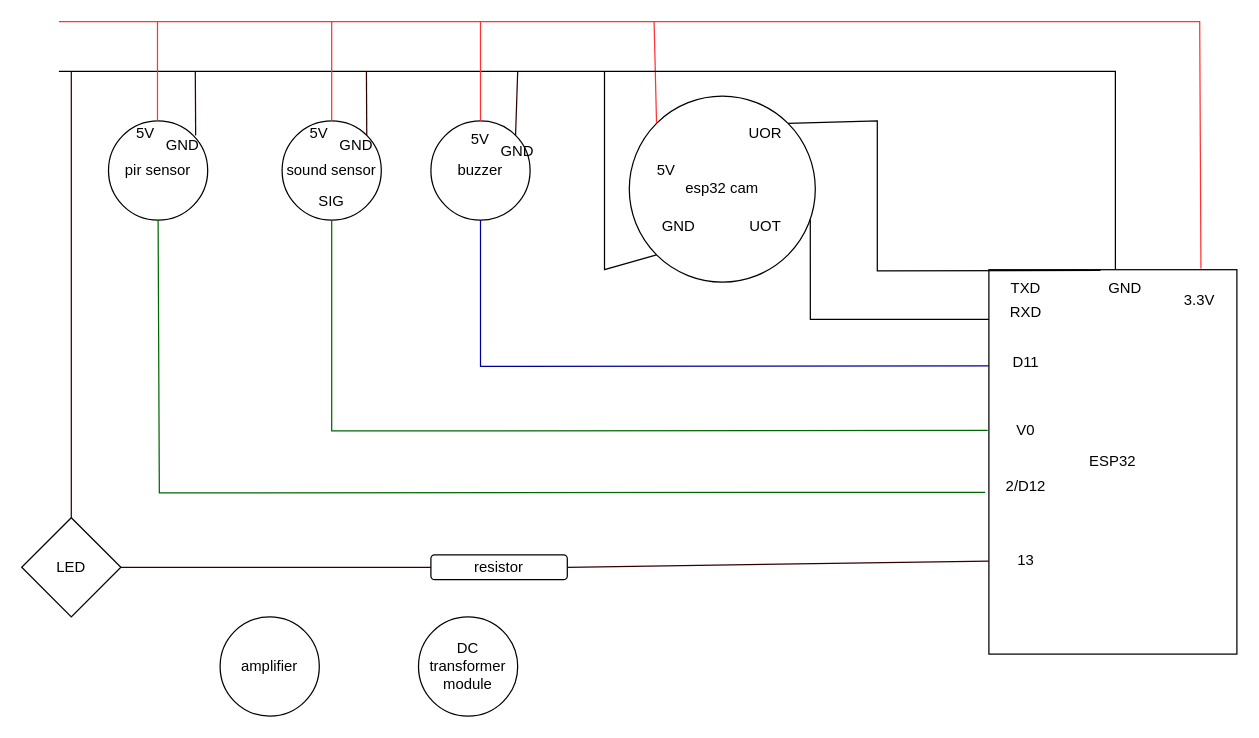
Earlier version of the draw.io diagram 2.CircuitDiagram/layoutDesign.drawio (feix0033/EASV_C21_4thSemester_IoT_SmartyPants_SecurityEquipments). Source tidied: cells renumbered, new cells numbered last; positions are measured from the earlier drawing's top-left corner, leaving out a move shared by most shapes. Both pictures are drawn from the tidied source at 124%, with x=0, y=0 at pixel (21, 21).
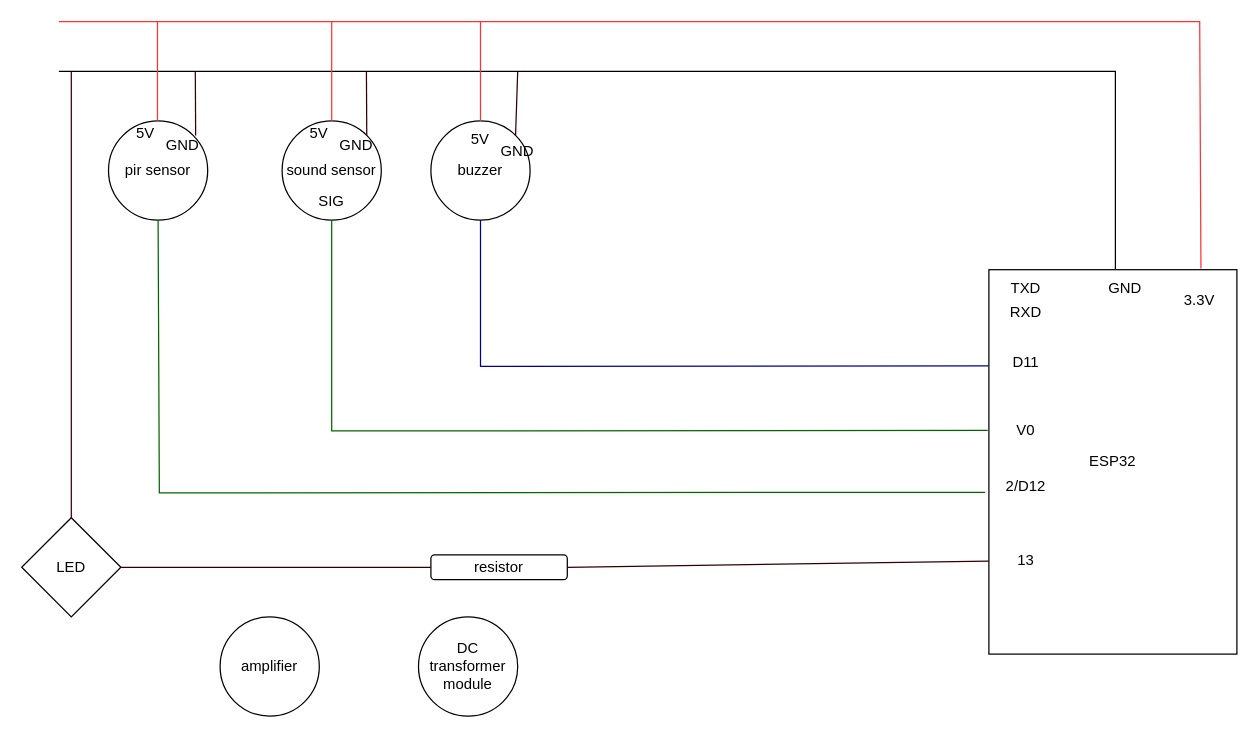
The same page after the edit.

The change refers to these unchanged cells:
```xml
<mxCell id="2" value="ESP32" style="rounded=0;whiteSpace=wrap;html=1;" parent="1" vertex="1">
  <mxGeometry x="780" y="200" width="200" height="310" as="geometry" />
</mxCell>
```

The edit, as a diff of the source:
```diff
@@
-    <mxCell id="3" value="esp32 cam" style="ellipse;whiteSpace=wrap;html=1;" parent="1" vertex="1">
-      <mxGeometry x="490" y="60" width="150" height="150" as="geometry" />
-    </mxCell>
@@
-    <mxCell id="9" style="endArrow=none;html=1;rounded=0;entryX=0;entryY=0;entryDx=0;entryDy=0;strokeColor=#FF3333;" parent="1" edge="1" target="3">
-      <mxGeometry relative="1" as="geometry">
-        <mxPoint x="510" as="sourcePoint" />
-      </mxGeometry>
-    </mxCell>
@@
-    <mxCell id="14" value="5V" style="text;html=1;strokeColor=none;fillColor=none;align=center;verticalAlign=middle;whiteSpace=wrap;rounded=0;" parent="1" vertex="1">
-      <mxGeometry x="490" y="105" width="60" height="30" as="geometry" />
-    </mxCell>
-    <mxCell id="15" style="endArrow=none;html=1;rounded=0;exitX=0;exitY=1;exitDx=0;exitDy=0;" parent="1" edge="1" source="3">
-      <mxGeometry relative="1" as="geometry">
-        <mxPoint x="470" y="40" as="targetPoint" />
-        <Array as="points">
-          <mxPoint x="470" y="200" />
-        </Array>
-      </mxGeometry>
-    </mxCell>
-    <mxCell id="16" value="GND&lt;br&gt;" style="text;html=1;strokeColor=none;fillColor=none;align=center;verticalAlign=middle;whiteSpace=wrap;rounded=0;" parent="1" vertex="1">
-      <mxGeometry x="500" y="150" width="60" height="30" as="geometry" />
-    </mxCell>
-    <mxCell id="17" style="endArrow=none;html=1;rounded=0;exitX=0.973;exitY=0.663;exitDx=0;exitDy=0;exitPerimeter=0;" parent="1" edge="1" source="3">
-      <mxGeometry relative="1" as="geometry">
-        <mxPoint x="780" y="240" as="targetPoint" />
-        <Array as="points">
-          <mxPoint x="636" y="240" />
-        </Array>
-      </mxGeometry>
-    </mxCell>
@@
-    <mxCell id="20" style="endArrow=none;html=1;rounded=0;entryX=0.45;entryY=0.002;entryDx=0;entryDy=0;entryPerimeter=0;exitX=1;exitY=0;exitDx=0;exitDy=0;" parent="1" edge="1" source="3" target="2">
-      <mxGeometry relative="1" as="geometry">
-        <Array as="points">
-          <mxPoint x="690" y="80" />
-          <mxPoint x="690" y="201" />
-        </Array>
-      </mxGeometry>
-    </mxCell>
-    <mxCell id="21" value="UOR" style="text;html=1;strokeColor=none;fillColor=none;align=center;verticalAlign=middle;whiteSpace=wrap;rounded=0;" parent="1" vertex="1">
-      <mxGeometry x="570" y="75" width="60" height="30" as="geometry" />
-    </mxCell>
-    <mxCell id="22" value="UOT" style="text;html=1;strokeColor=none;fillColor=none;align=center;verticalAlign=middle;whiteSpace=wrap;rounded=0;" parent="1" vertex="1">
-      <mxGeometry x="570" y="150" width="60" height="30" as="geometry" />
-    </mxCell>
```
